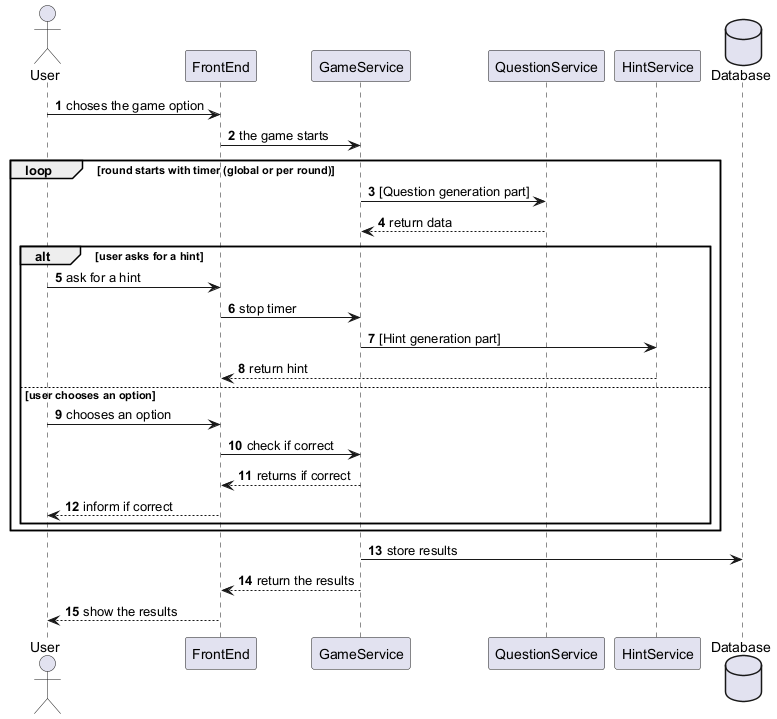
Earlier version of the PlantUML export images/Game diagram.png (Arquisoft/wichat_en3a).
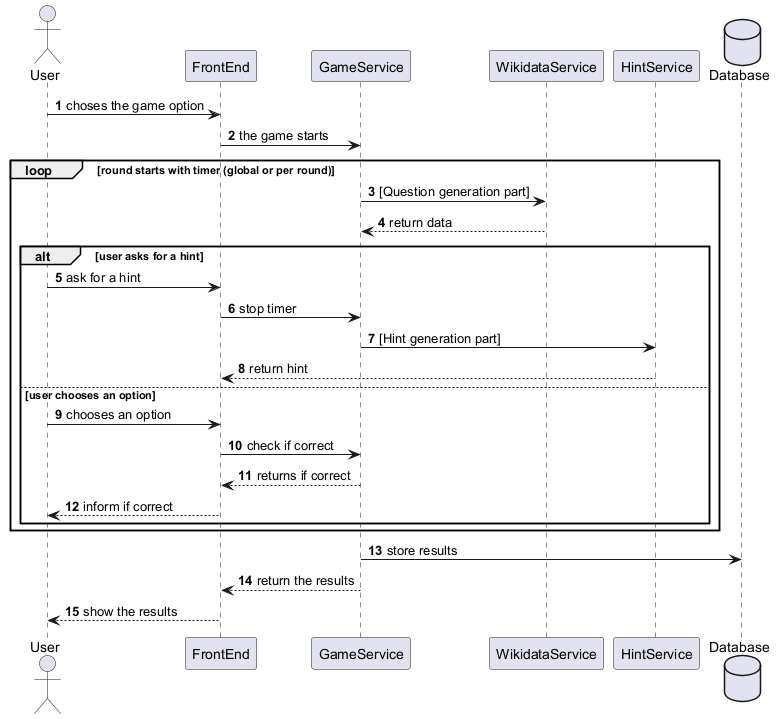
After the commit.

The edit, as a diff of the source:
```diff
@@ -3,15 +3,15 @@
 actor User
 participant FrontEnd
 participant GameService
-participant QuestionService
+participant WikidataService
 participant HintService
 database Database
 
 User -> FrontEnd: choses the game option
 FrontEnd -> GameService: the game starts
 loop round starts with timer (global or per round)
-    GameService -> QuestionService: [Question generation part]
-    QuestionService --> GameService: return data
+    GameService -> WikidataService: [Question generation part]
+    WikidataService --> GameService: return data
     alt user asks for a hint
         User -> FrontEnd: ask for a hint
         FrontEnd -> GameService: stop timer
```
